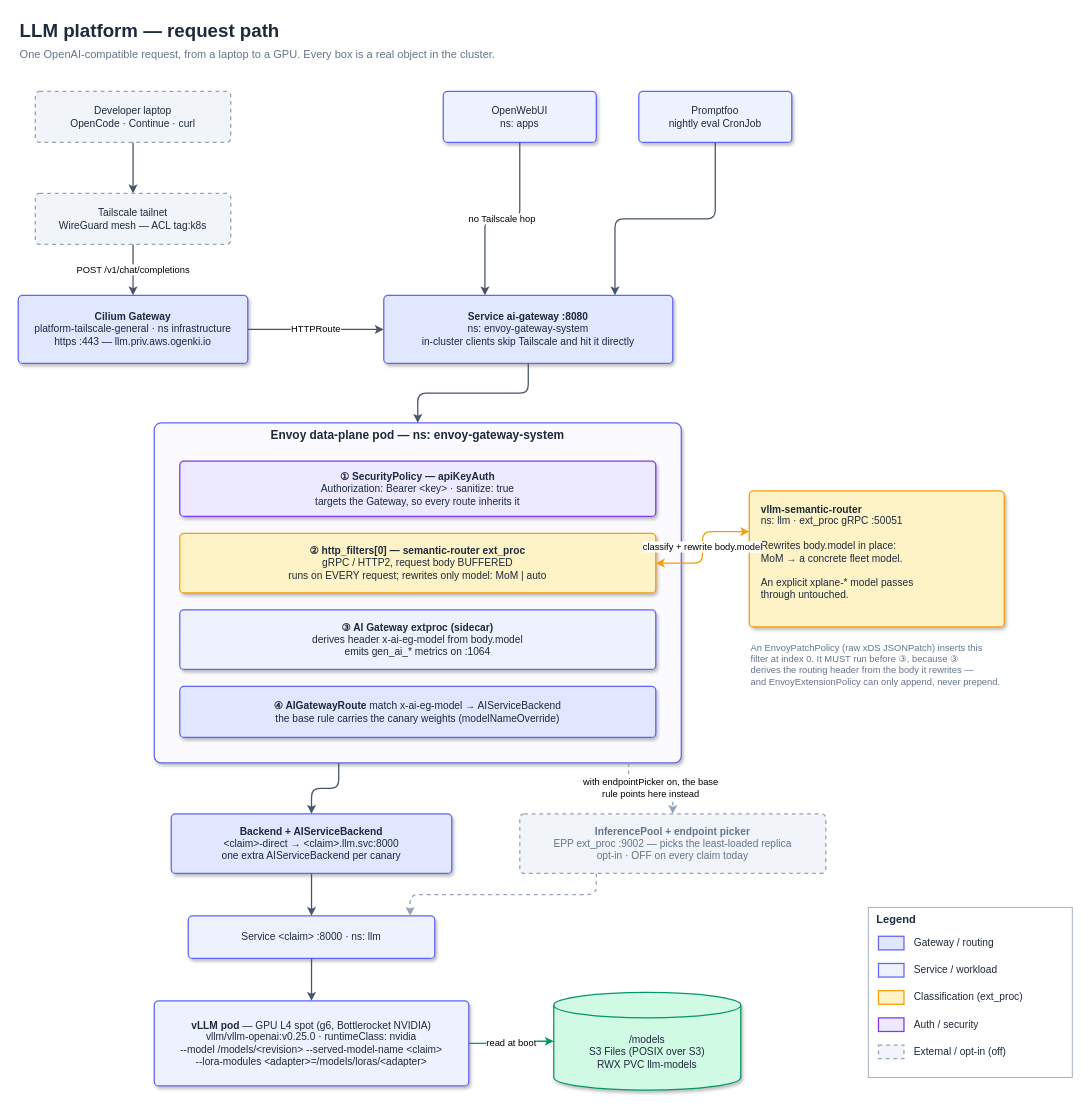
This is page "1 — Request path" (1 of 3) of docs/architecture/llm-platform.drawio from Smana/cloud-native-ref, a draw.io file, before an edit. Source tidied: cells renumbered, new cells numbered last; positions are measured from the earlier drawing's top-left corner, leaving out a move shared by most shapes. Both pictures are drawn from the tidied source at 85%, with x=0, y=0 at pixel (18, 14).
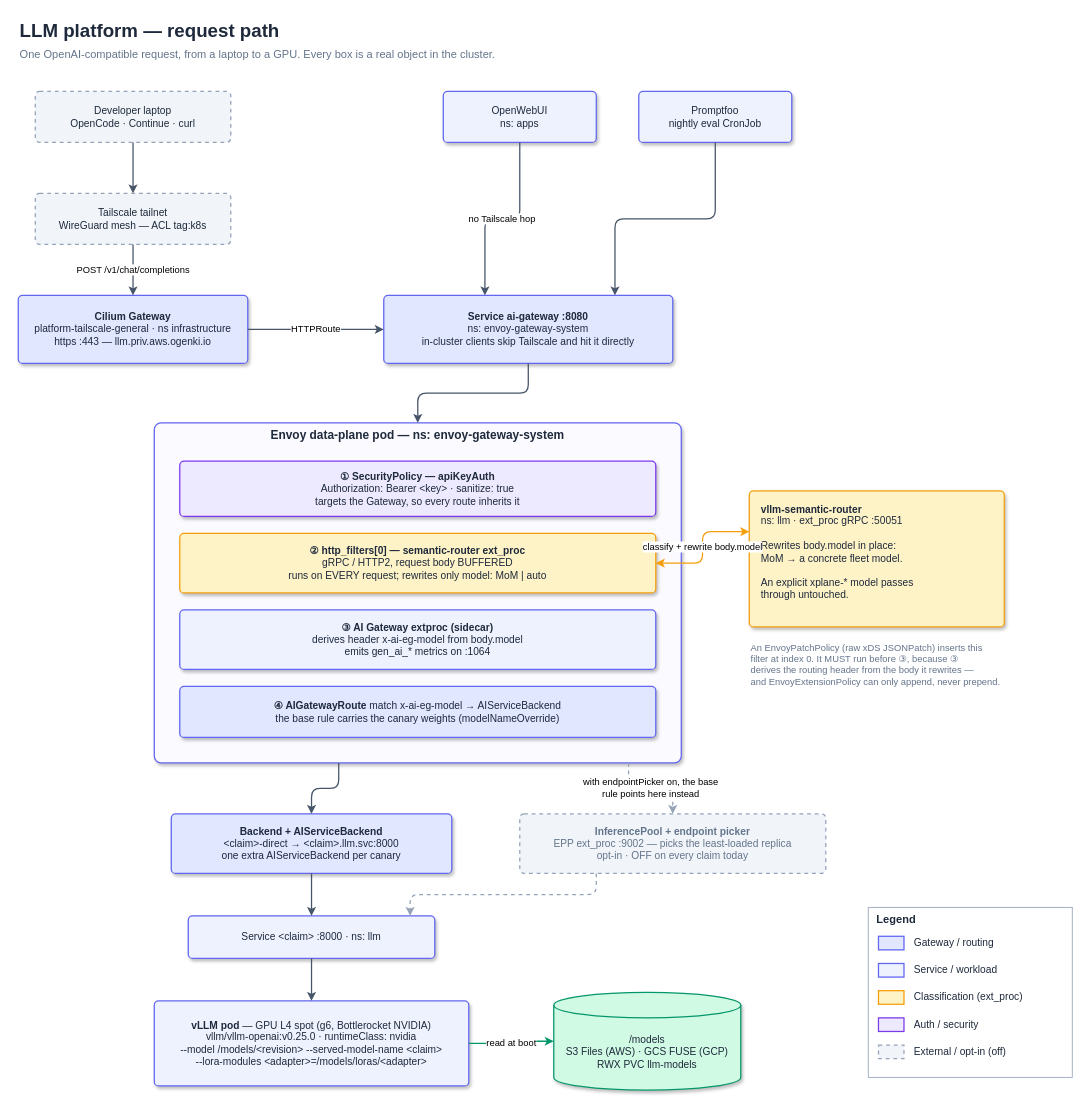
Above is the later version.

What changed in the source:
```diff
@@
-    <mxCell id="21" value="/models&#10;S3 Files (POSIX over S3)&#10;RWX PVC llm-models" style="shape=cylinder3;boundedLbl=1;backgroundOutline=1;shadow=1;whiteSpace=wrap;html=1;fillColor=#D1FAE5;strokeColor=#059669;strokeWidth=1.5;fontColor=#1E293B;fontFamily=Helvetica;fontSize=12;" parent="1" vertex="1">
+    <mxCell id="21" value="/models&#10;S3 Files (AWS) · GCS FUSE (GCP)&#10;RWX PVC llm-models" style="shape=cylinder3;boundedLbl=1;backgroundOutline=1;shadow=1;whiteSpace=wrap;html=1;fillColor=#D1FAE5;strokeColor=#059669;strokeWidth=1.5;fontColor=#1E293B;fontFamily=Helvetica;fontSize=12;" parent="1" vertex="1">
       <mxGeometry x="630" y="1150" width="220" height="115" as="geometry" />
     </mxCell>
```
